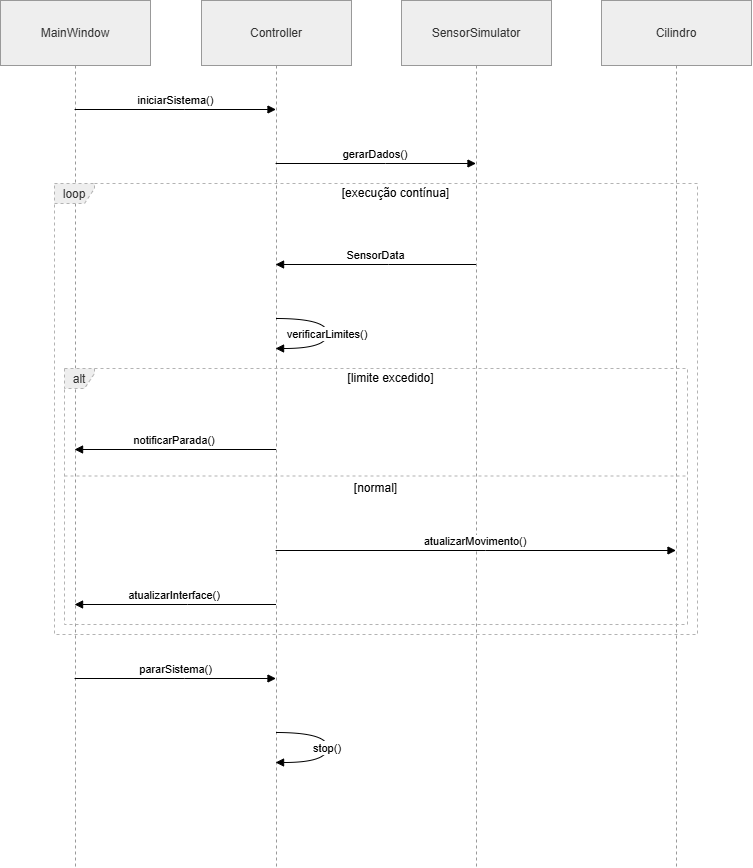
lorenzonia/project_POO_Lorenzoni keeps this draw.io diagram as docs/UML/Diagrama_Sequencia_R00.png. Above is the earlier version. Source tidied: cells renumbered, new cells last; positions are measured from the earlier drawing's top-left corner, leaving out a move shared by most shapes. The source it was exported from:
```xml
<mxGraphModel>
  <root>
    <mxCell id="0" />
    <mxCell id="1" parent="0" />
    <mxCell id="2" value="MainWindow" style="shape=umlLifeline;perimeter=lifelinePerimeter;whiteSpace=wrap;outlineConnect=0;portConstraint=eastwest;newEdgeStyle={&quot;edgeStyle&quot;:&quot;elbowEdgeStyle&quot;,&quot;elbow&quot;:&quot;vertical&quot;,&quot;curved&quot;:0,&quot;rounded&quot;:0};size=65;fillColor=light-dark(#eeeeee,#1f2020);strokeColor=light-dark(#999999,#cccccc);fontColor=light-dark(#333333,#cccccc);" parent="1" vertex="1">
      <mxGeometry width="150" height="867" as="geometry" />
    </mxCell>
    <mxCell id="3" value="Controller" style="shape=umlLifeline;perimeter=lifelinePerimeter;whiteSpace=wrap;outlineConnect=0;portConstraint=eastwest;newEdgeStyle={&quot;edgeStyle&quot;:&quot;elbowEdgeStyle&quot;,&quot;elbow&quot;:&quot;vertical&quot;,&quot;curved&quot;:0,&quot;rounded&quot;:0};size=65;fillColor=light-dark(#eeeeee,#1f2020);strokeColor=light-dark(#999999,#cccccc);fontColor=light-dark(#333333,#cccccc);" parent="1" vertex="1">
      <mxGeometry x="201" width="150" height="867" as="geometry" />
    </mxCell>
    <mxCell id="4" value="SensorSimulator" style="shape=umlLifeline;perimeter=lifelinePerimeter;whiteSpace=wrap;outlineConnect=0;portConstraint=eastwest;newEdgeStyle={&quot;edgeStyle&quot;:&quot;elbowEdgeStyle&quot;,&quot;elbow&quot;:&quot;vertical&quot;,&quot;curved&quot;:0,&quot;rounded&quot;:0};size=65;fillColor=light-dark(#eeeeee,#1f2020);strokeColor=light-dark(#999999,#cccccc);fontColor=light-dark(#333333,#cccccc);" parent="1" vertex="1">
      <mxGeometry x="401" width="150" height="867" as="geometry" />
    </mxCell>
    <mxCell id="5" value="Cilindro" style="shape=umlLifeline;perimeter=lifelinePerimeter;whiteSpace=wrap;outlineConnect=0;portConstraint=eastwest;newEdgeStyle={&quot;edgeStyle&quot;:&quot;elbowEdgeStyle&quot;,&quot;elbow&quot;:&quot;vertical&quot;,&quot;curved&quot;:0,&quot;rounded&quot;:0};size=65;fillColor=light-dark(#eeeeee,#1f2020);strokeColor=light-dark(#999999,#cccccc);fontColor=light-dark(#333333,#cccccc);" parent="1" vertex="1">
      <mxGeometry x="601" width="150" height="867" as="geometry" />
    </mxCell>
    <mxCell id="6" value="alt" style="shape=umlFrame;dashed=1;strokeColor=#B3B3B3;height=20;width=30;fillColor=light-dark(#eeeeee,#1f2020);fontColor=light-dark(#333333,#cccccc);" parent="1" vertex="1">
      <mxGeometry x="64" y="368" width="623" height="256" as="geometry" />
    </mxCell>
    <mxCell id="7" value="[limite excedido]" style="text;strokeColor=none;fillColor=none;align=center;verticalAlign=middle;whiteSpace=wrap;" parent="6" vertex="1">
      <mxGeometry x="30" width="593" height="20" as="geometry" />
    </mxCell>
    <mxCell id="8" value="[normal]" style="shape=line;dashed=1;whiteSpace=wrap;verticalAlign=top;labelPosition=center;verticalLabelPosition=middle;align=center;strokeColor=#B3B3B3;" parent="6" vertex="1">
      <mxGeometry y="106" width="623" height="3" as="geometry" />
    </mxCell>
    <mxCell id="9" value="loop" style="shape=umlFrame;dashed=1;strokeColor=#B3B3B3;height=20;width=40;fillColor=light-dark(#eeeeee,#1f2020);fontColor=light-dark(#333333,#cccccc);" parent="1" vertex="1">
      <mxGeometry x="54" y="183" width="643" height="451" as="geometry" />
    </mxCell>
    <mxCell id="10" value="[execução contínua]" style="text;strokeColor=none;fillColor=none;align=center;verticalAlign=middle;whiteSpace=wrap;" parent="9" vertex="1">
      <mxGeometry x="40" width="603" height="20" as="geometry" />
    </mxCell>
    <mxCell id="11" value="iniciarSistema()" style="verticalAlign=bottom;edgeStyle=elbowEdgeStyle;elbow=vertical;curved=0;rounded=0;endArrow=block;" parent="1" edge="1" source="2" target="3">
      <mxGeometry relative="1" as="geometry">
        <Array as="points">
          <mxPoint x="184" y="109" />
        </Array>
      </mxGeometry>
    </mxCell>
    <mxCell id="12" value="gerarDados()" style="verticalAlign=bottom;edgeStyle=elbowEdgeStyle;elbow=vertical;curved=0;rounded=0;endArrow=block;" parent="1" edge="1" source="3" target="4">
      <mxGeometry relative="1" as="geometry">
        <Array as="points">
          <mxPoint x="385" y="163" />
        </Array>
      </mxGeometry>
    </mxCell>
    <mxCell id="13" value="SensorData" style="verticalAlign=bottom;edgeStyle=elbowEdgeStyle;elbow=vertical;curved=0;rounded=0;endArrow=block;" parent="1" edge="1" source="4" target="3">
      <mxGeometry relative="1" as="geometry">
        <Array as="points">
          <mxPoint x="388" y="264" />
        </Array>
      </mxGeometry>
    </mxCell>
    <mxCell id="14" value="verificarLimites()" style="curved=1;endArrow=block;rounded=0;" parent="1" edge="1" source="3" target="3">
      <mxGeometry relative="1" as="geometry">
        <Array as="points">
          <mxPoint x="327" y="318" />
          <mxPoint x="327" y="348" />
        </Array>
      </mxGeometry>
    </mxCell>
    <mxCell id="15" value="notificarParada()" style="verticalAlign=bottom;edgeStyle=elbowEdgeStyle;elbow=vertical;curved=0;rounded=0;endArrow=block;" parent="1" edge="1" source="3" target="2">
      <mxGeometry relative="1" as="geometry">
        <Array as="points">
          <mxPoint x="187" y="449" />
        </Array>
      </mxGeometry>
    </mxCell>
    <mxCell id="16" value="atualizarMovimento()" style="verticalAlign=bottom;edgeStyle=elbowEdgeStyle;elbow=vertical;curved=0;rounded=0;endArrow=block;" parent="1" edge="1" source="3" target="5">
      <mxGeometry relative="1" as="geometry">
        <Array as="points">
          <mxPoint x="485" y="550" />
        </Array>
      </mxGeometry>
    </mxCell>
    <mxCell id="17" value="atualizarInterface()" style="verticalAlign=bottom;edgeStyle=elbowEdgeStyle;elbow=vertical;curved=0;rounded=0;endArrow=block;" parent="1" edge="1" source="3" target="2">
      <mxGeometry relative="1" as="geometry">
        <Array as="points">
          <mxPoint x="187" y="604" />
        </Array>
      </mxGeometry>
    </mxCell>
    <mxCell id="18" value="pararSistema()" style="verticalAlign=bottom;edgeStyle=elbowEdgeStyle;elbow=vertical;curved=0;rounded=0;endArrow=block;" parent="1" edge="1" source="2" target="3">
      <mxGeometry relative="1" as="geometry">
        <Array as="points">
          <mxPoint x="184" y="678" />
        </Array>
      </mxGeometry>
    </mxCell>
    <mxCell id="19" value="stop()" style="curved=1;endArrow=block;rounded=0;" parent="1" edge="1" source="3" target="3">
      <mxGeometry relative="1" as="geometry">
        <Array as="points">
          <mxPoint x="327" y="732" />
          <mxPoint x="327" y="762" />
        </Array>
      </mxGeometry>
    </mxCell>
  </root>
</mxGraphModel>
```
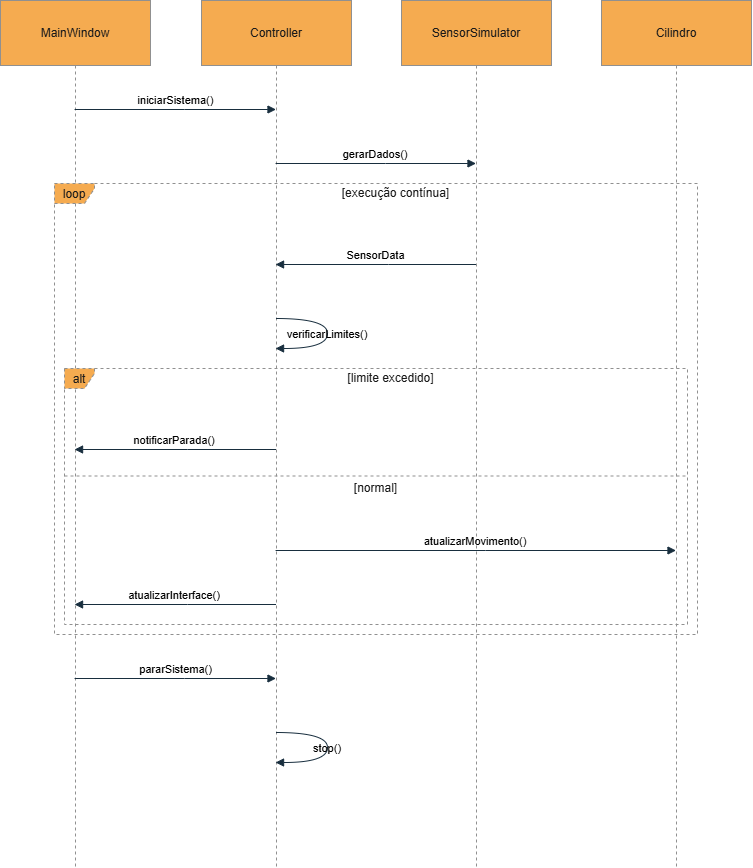
The same file after the commit.

Diff of the diagram source:
```diff
@@ -1,56 +1,56 @@
-<mxGraphModel>
+<mxGraphModel background="#FFFFFF">
   <root>
     <mxCell id="0" />
     <mxCell id="1" parent="0" />
-    <mxCell id="2" value="MainWindow" style="shape=umlLifeline;perimeter=lifelinePerimeter;whiteSpace=wrap;outlineConnect=0;portConstraint=eastwest;newEdgeStyle={&quot;edgeStyle&quot;:&quot;elbowEdgeStyle&quot;,&quot;elbow&quot;:&quot;vertical&quot;,&quot;curved&quot;:0,&quot;rounded&quot;:0};size=65;fillColor=light-dark(#eeeeee,#1f2020);strokeColor=light-dark(#999999,#cccccc);fontColor=light-dark(#333333,#cccccc);" parent="1" vertex="1">
+    <mxCell id="2" value="MainWindow" style="shape=umlLifeline;perimeter=lifelinePerimeter;whiteSpace=wrap;outlineConnect=0;portConstraint=eastwest;newEdgeStyle={&quot;edgeStyle&quot;:&quot;elbowEdgeStyle&quot;,&quot;elbow&quot;:&quot;vertical&quot;,&quot;curved&quot;:0,&quot;rounded&quot;:0};size=65;fillColor=#F5AB50;strokeColor=#909090;fontColor=#1A1A1A;labelBackgroundColor=none;" parent="1" vertex="1">
       <mxGeometry width="150" height="867" as="geometry" />
     </mxCell>
-    <mxCell id="3" value="Controller" style="shape=umlLifeline;perimeter=lifelinePerimeter;whiteSpace=wrap;outlineConnect=0;portConstraint=eastwest;newEdgeStyle={&quot;edgeStyle&quot;:&quot;elbowEdgeStyle&quot;,&quot;elbow&quot;:&quot;vertical&quot;,&quot;curved&quot;:0,&quot;rounded&quot;:0};size=65;fillColor=light-dark(#eeeeee,#1f2020);strokeColor=light-dark(#999999,#cccccc);fontColor=light-dark(#333333,#cccccc);" parent="1" vertex="1">
+    <mxCell id="3" value="Controller" style="shape=umlLifeline;perimeter=lifelinePerimeter;whiteSpace=wrap;outlineConnect=0;portConstraint=eastwest;newEdgeStyle={&quot;edgeStyle&quot;:&quot;elbowEdgeStyle&quot;,&quot;elbow&quot;:&quot;vertical&quot;,&quot;curved&quot;:0,&quot;rounded&quot;:0};size=65;fillColor=#F5AB50;strokeColor=#909090;fontColor=#1A1A1A;labelBackgroundColor=none;" parent="1" vertex="1">
       <mxGeometry x="201" width="150" height="867" as="geometry" />
     </mxCell>
-    <mxCell id="4" value="SensorSimulator" style="shape=umlLifeline;perimeter=lifelinePerimeter;whiteSpace=wrap;outlineConnect=0;portConstraint=eastwest;newEdgeStyle={&quot;edgeStyle&quot;:&quot;elbowEdgeStyle&quot;,&quot;elbow&quot;:&quot;vertical&quot;,&quot;curved&quot;:0,&quot;rounded&quot;:0};size=65;fillColor=light-dark(#eeeeee,#1f2020);strokeColor=light-dark(#999999,#cccccc);fontColor=light-dark(#333333,#cccccc);" parent="1" vertex="1">
+    <mxCell id="4" value="SensorSimulator" style="shape=umlLifeline;perimeter=lifelinePerimeter;whiteSpace=wrap;outlineConnect=0;portConstraint=eastwest;newEdgeStyle={&quot;edgeStyle&quot;:&quot;elbowEdgeStyle&quot;,&quot;elbow&quot;:&quot;vertical&quot;,&quot;curved&quot;:0,&quot;rounded&quot;:0};size=65;fillColor=#F5AB50;strokeColor=#909090;fontColor=#1A1A1A;labelBackgroundColor=none;" parent="1" vertex="1">
       <mxGeometry x="401" width="150" height="867" as="geometry" />
     </mxCell>
-    <mxCell id="5" value="Cilindro" style="shape=umlLifeline;perimeter=lifelinePerimeter;whiteSpace=wrap;outlineConnect=0;portConstraint=eastwest;newEdgeStyle={&quot;edgeStyle&quot;:&quot;elbowEdgeStyle&quot;,&quot;elbow&quot;:&quot;vertical&quot;,&quot;curved&quot;:0,&quot;rounded&quot;:0};size=65;fillColor=light-dark(#eeeeee,#1f2020);strokeColor=light-dark(#999999,#cccccc);fontColor=light-dark(#333333,#cccccc);" parent="1" vertex="1">
+    <mxCell id="5" value="Cilindro" style="shape=umlLifeline;perimeter=lifelinePerimeter;whiteSpace=wrap;outlineConnect=0;portConstraint=eastwest;newEdgeStyle={&quot;edgeStyle&quot;:&quot;elbowEdgeStyle&quot;,&quot;elbow&quot;:&quot;vertical&quot;,&quot;curved&quot;:0,&quot;rounded&quot;:0};size=65;fillColor=#F5AB50;strokeColor=#909090;fontColor=#1A1A1A;labelBackgroundColor=none;" parent="1" vertex="1">
       <mxGeometry x="601" width="150" height="867" as="geometry" />
     </mxCell>
-    <mxCell id="6" value="alt" style="shape=umlFrame;dashed=1;strokeColor=#B3B3B3;height=20;width=30;fillColor=light-dark(#eeeeee,#1f2020);fontColor=light-dark(#333333,#cccccc);" parent="1" vertex="1">
+    <mxCell id="6" value="alt" style="shape=umlFrame;dashed=1;strokeColor=#909090;height=20;width=30;fillColor=#F5AB50;fontColor=#1A1A1A;labelBackgroundColor=none;" parent="1" vertex="1">
       <mxGeometry x="64" y="368" width="623" height="256" as="geometry" />
     </mxCell>
-    <mxCell id="7" value="[limite excedido]" style="text;strokeColor=none;fillColor=none;align=center;verticalAlign=middle;whiteSpace=wrap;" parent="6" vertex="1">
+    <mxCell id="7" value="[limite excedido]" style="text;strokeColor=none;fillColor=none;align=center;verticalAlign=middle;whiteSpace=wrap;labelBackgroundColor=none;fontColor=#1A1A1A;" parent="6" vertex="1">
       <mxGeometry x="30" width="593" height="20" as="geometry" />
     </mxCell>
-    <mxCell id="8" value="[normal]" style="shape=line;dashed=1;whiteSpace=wrap;verticalAlign=top;labelPosition=center;verticalLabelPosition=middle;align=center;strokeColor=#B3B3B3;" parent="6" vertex="1">
+    <mxCell id="8" value="[normal]" style="shape=line;dashed=1;whiteSpace=wrap;verticalAlign=top;labelPosition=center;verticalLabelPosition=middle;align=center;strokeColor=#909090;labelBackgroundColor=none;fillColor=#F5AB50;fontColor=#1A1A1A;" parent="6" vertex="1">
       <mxGeometry y="106" width="623" height="3" as="geometry" />
     </mxCell>
-    <mxCell id="9" value="loop" style="shape=umlFrame;dashed=1;strokeColor=#B3B3B3;height=20;width=40;fillColor=light-dark(#eeeeee,#1f2020);fontColor=light-dark(#333333,#cccccc);" parent="1" vertex="1">
+    <mxCell id="9" value="loop" style="shape=umlFrame;dashed=1;strokeColor=#909090;height=20;width=40;fillColor=#F5AB50;fontColor=#1A1A1A;labelBackgroundColor=none;" parent="1" vertex="1">
       <mxGeometry x="54" y="183" width="643" height="451" as="geometry" />
     </mxCell>
-    <mxCell id="10" value="[execução contínua]" style="text;strokeColor=none;fillColor=none;align=center;verticalAlign=middle;whiteSpace=wrap;" parent="9" vertex="1">
+    <mxCell id="10" value="[execução contínua]" style="text;strokeColor=none;fillColor=none;align=center;verticalAlign=middle;whiteSpace=wrap;labelBackgroundColor=none;fontColor=#1A1A1A;" parent="9" vertex="1">
       <mxGeometry x="40" width="603" height="20" as="geometry" />
     </mxCell>
-    <mxCell id="11" value="iniciarSistema()" style="verticalAlign=bottom;edgeStyle=elbowEdgeStyle;elbow=vertical;curved=0;rounded=0;endArrow=block;" parent="1" edge="1" source="2" target="3">
+    <mxCell id="11" value="iniciarSistema()" style="verticalAlign=bottom;edgeStyle=elbowEdgeStyle;elbow=vertical;curved=0;rounded=0;endArrow=block;labelBackgroundColor=none;strokeColor=#182E3E;fontColor=default;" parent="1" edge="1" source="2" target="3">
       <mxGeometry relative="1" as="geometry">
         <Array as="points">
           <mxPoint x="184" y="109" />
         </Array>
       </mxGeometry>
     </mxCell>
-    <mxCell id="12" value="gerarDados()" style="verticalAlign=bottom;edgeStyle=elbowEdgeStyle;elbow=vertical;curved=0;rounded=0;endArrow=block;" parent="1" edge="1" source="3" target="4">
+    <mxCell id="12" value="gerarDados()" style="verticalAlign=bottom;edgeStyle=elbowEdgeStyle;elbow=vertical;curved=0;rounded=0;endArrow=block;labelBackgroundColor=none;strokeColor=#182E3E;fontColor=default;" parent="1" edge="1" source="3" target="4">
       <mxGeometry relative="1" as="geometry">
         <Array as="points">
           <mxPoint x="385" y="163" />
         </Array>
       </mxGeometry>
     </mxCell>
-    <mxCell id="13" value="SensorData" style="verticalAlign=bottom;edgeStyle=elbowEdgeStyle;elbow=vertical;curved=0;rounded=0;endArrow=block;" parent="1" edge="1" source="4" target="3">
+    <mxCell id="13" value="SensorData" style="verticalAlign=bottom;edgeStyle=elbowEdgeStyle;elbow=vertical;curved=0;rounded=0;endArrow=block;labelBackgroundColor=none;strokeColor=#182E3E;fontColor=default;" parent="1" edge="1" source="4" target="3">
       <mxGeometry relative="1" as="geometry">
         <Array as="points">
           <mxPoint x="388" y="264" />
         </Array>
       </mxGeometry>
     </mxCell>
-    <mxCell id="14" value="verificarLimites()" style="curved=1;endArrow=block;rounded=0;" parent="1" edge="1" source="3" target="3">
+    <mxCell id="14" value="verificarLimites()" style="curved=1;endArrow=block;rounded=0;labelBackgroundColor=none;strokeColor=#182E3E;fontColor=default;" parent="1" edge="1" source="3" target="3">
       <mxGeometry relative="1" as="geometry">
         <Array as="points">
           <mxPoint x="327" y="318" />
@@ -58,35 +58,35 @@
         </Array>
       </mxGeometry>
     </mxCell>
-    <mxCell id="15" value="notificarParada()" style="verticalAlign=bottom;edgeStyle=elbowEdgeStyle;elbow=vertical;curved=0;rounded=0;endArrow=block;" parent="1" edge="1" source="3" target="2">
+    <mxCell id="15" value="notificarParada()" style="verticalAlign=bottom;edgeStyle=elbowEdgeStyle;elbow=vertical;curved=0;rounded=0;endArrow=block;labelBackgroundColor=none;strokeColor=#182E3E;fontColor=default;" parent="1" edge="1" source="3" target="2">
       <mxGeometry relative="1" as="geometry">
         <Array as="points">
           <mxPoint x="187" y="449" />
         </Array>
       </mxGeometry>
     </mxCell>
-    <mxCell id="16" value="atualizarMovimento()" style="verticalAlign=bottom;edgeStyle=elbowEdgeStyle;elbow=vertical;curved=0;rounded=0;endArrow=block;" parent="1" edge="1" source="3" target="5">
+    <mxCell id="16" value="atualizarMovimento()" style="verticalAlign=bottom;edgeStyle=elbowEdgeStyle;elbow=vertical;curved=0;rounded=0;endArrow=block;labelBackgroundColor=none;strokeColor=#182E3E;fontColor=default;" parent="1" edge="1" source="3" target="5">
       <mxGeometry relative="1" as="geometry">
         <Array as="points">
           <mxPoint x="485" y="550" />
         </Array>
       </mxGeometry>
     </mxCell>
-    <mxCell id="17" value="atualizarInterface()" style="verticalAlign=bottom;edgeStyle=elbowEdgeStyle;elbow=vertical;curved=0;rounded=0;endArrow=block;" parent="1" edge="1" source="3" target="2">
+    <mxCell id="17" value="atualizarInterface()" style="verticalAlign=bottom;edgeStyle=elbowEdgeStyle;elbow=vertical;curved=0;rounded=0;endArrow=block;labelBackgroundColor=none;strokeColor=#182E3E;fontColor=default;" parent="1" edge="1" source="3" target="2">
       <mxGeometry relative="1" as="geometry">
         <Array as="points">
           <mxPoint x="187" y="604" />
         </Array>
       </mxGeometry>
     </mxCell>
-    <mxCell id="18" value="pararSistema()" style="verticalAlign=bottom;edgeStyle=elbowEdgeStyle;elbow=vertical;curved=0;rounded=0;endArrow=block;" parent="1" edge="1" source="2" target="3">
+    <mxCell id="18" value="pararSistema()" style="verticalAlign=bottom;edgeStyle=elbowEdgeStyle;elbow=vertical;curved=0;rounded=0;endArrow=block;labelBackgroundColor=none;strokeColor=#182E3E;fontColor=default;" parent="1" edge="1" source="2" target="3">
       <mxGeometry relative="1" as="geometry">
         <Array as="points">
           <mxPoint x="184" y="678" />
         </Array>
       </mxGeometry>
     </mxCell>
-    <mxCell id="19" value="stop()" style="curved=1;endArrow=block;rounded=0;" parent="1" edge="1" source="3" target="3">
+    <mxCell id="19" value="stop()" style="curved=1;endArrow=block;rounded=0;labelBackgroundColor=none;strokeColor=#182E3E;fontColor=default;" parent="1" edge="1" source="3" target="3">
       <mxGeometry relative="1" as="geometry">
         <Array as="points">
           <mxPoint x="327" y="732" />
```
